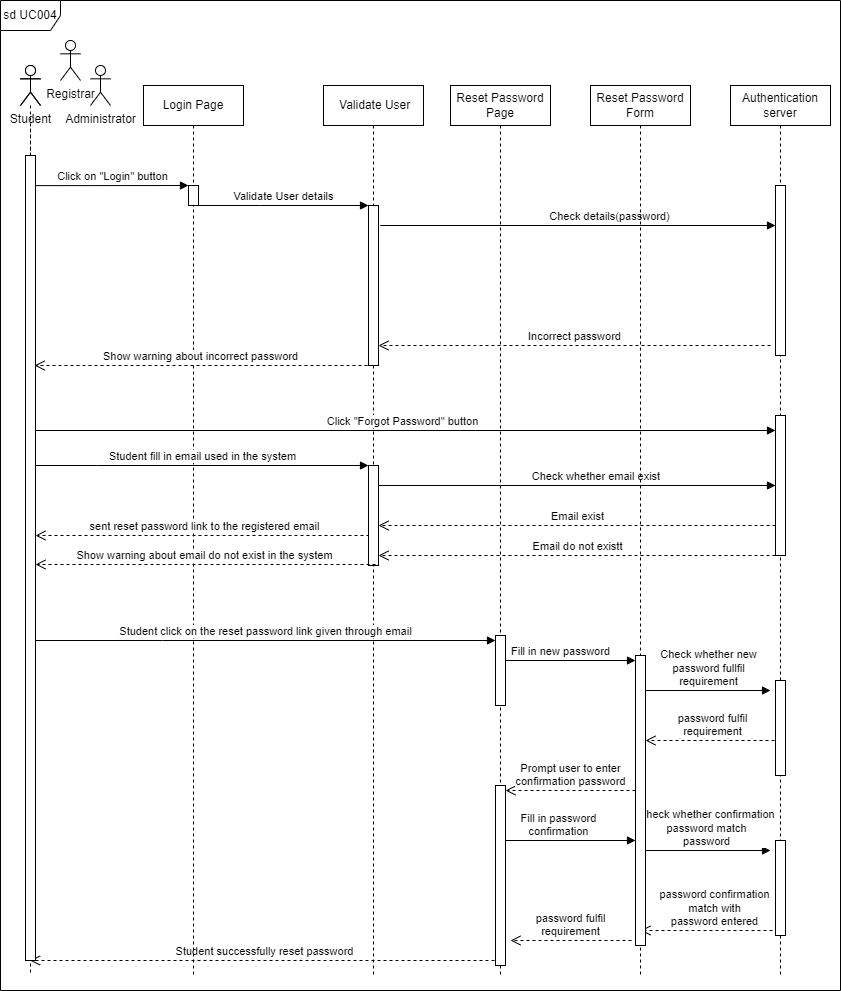
Before: project/drawio/Alpha/SDResetPassword.drawio.png, a diagram exported from draw.io (drshahizan/software-engineering). Source tidied: cells renumbered, new cells last; positions are measured from the earlier drawing's top-left corner, leaving out a move shared by most shapes.
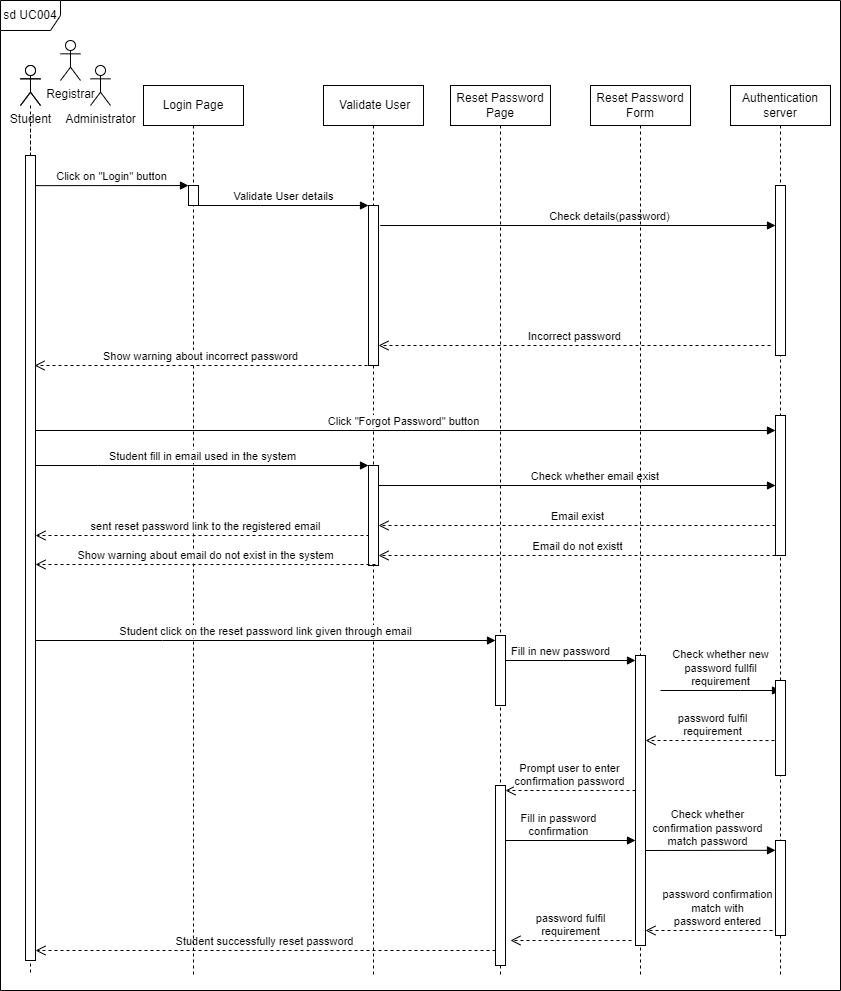
After the commit.

What changed in the source:
```diff
@@ -2,9 +2,8 @@
   <root>
     <mxCell id="0" />
     <mxCell id="1" parent="0" />
-    <mxCell id="2" value="&lt;br&gt;password confirmation &lt;br&gt;match with &lt;br&gt;password entered" style="html=1;verticalAlign=bottom;endArrow=open;dashed=1;endSize=8;edgeStyle=elbowEdgeStyle;elbow=vertical;curved=0;rounded=0;exitX=0.5;exitY=0.842;exitDx=0;exitDy=0;exitPerimeter=0;" parent="1" edge="1" source="27">
+    <mxCell id="2" value="&lt;br&gt;password confirmation &lt;br&gt;match with &lt;br&gt;password entered" style="html=1;verticalAlign=bottom;endArrow=open;dashed=1;endSize=8;edgeStyle=elbowEdgeStyle;elbow=vertical;curved=0;rounded=0;exitX=0.5;exitY=0.842;exitDx=0;exitDy=0;exitPerimeter=0;" parent="1" edge="1" source="27" target="41">
       <mxGeometry x="0.01" relative="1" as="geometry">
-        <mxPoint x="640" y="930.2" as="targetPoint" />
         <Array as="points">
           <mxPoint x="715" y="930" />
           <mxPoint x="758" y="960" />
@@ -17,22 +16,23 @@
         </Array>
       </mxGeometry>
     </mxCell>
-    <mxCell id="3" value="Student successfully reset password" style="html=1;verticalAlign=bottom;endArrow=open;dashed=1;endSize=8;edgeStyle=elbowEdgeStyle;elbow=vertical;curved=0;rounded=0;" parent="1" edge="1" target="12">
+    <mxCell id="3" value="Student successfully reset password" style="html=1;verticalAlign=bottom;endArrow=open;dashed=1;endSize=8;edgeStyle=elbowEdgeStyle;elbow=vertical;curved=0;rounded=0;" parent="1" edge="1">
       <mxGeometry x="0.01" relative="1" as="geometry">
-        <mxPoint x="500" y="960" as="sourcePoint" />
+        <mxPoint x="495" y="950" as="sourcePoint" />
+        <mxPoint x="35" y="950" as="targetPoint" />
         <Array as="points">
-          <mxPoint x="500" y="960" />
-          <mxPoint x="543" y="970" />
-          <mxPoint x="613" y="940" />
-          <mxPoint x="410" y="889.5" />
-          <mxPoint x="540" y="949.5" />
-          <mxPoint x="465" y="969.5" />
-          <mxPoint x="455" y="899.5" />
-          <mxPoint x="488" y="849.5" />
+          <mxPoint x="495" y="950" />
+          <mxPoint x="538" y="960" />
+          <mxPoint x="608" y="930" />
+          <mxPoint x="405" y="879.5" />
+          <mxPoint x="535" y="939.5" />
+          <mxPoint x="460" y="959.5" />
+          <mxPoint x="450" y="889.5" />
+          <mxPoint x="483" y="839.5" />
         </Array>
       </mxGeometry>
     </mxCell>
-    <mxCell id="4" value="Check whether confirmation&lt;br&gt;password match&lt;br&gt;password" style="html=1;verticalAlign=bottom;endArrow=block;edgeStyle=elbowEdgeStyle;elbow=vertical;curved=0;rounded=0;entryX=-0.5;entryY=0.1;entryDx=0;entryDy=0;entryPerimeter=0;" parent="1" edge="1" target="27">
+    <mxCell id="4" value="Check whether &lt;br&gt;confirmation password &lt;br&gt;match password" style="html=1;verticalAlign=bottom;endArrow=block;edgeStyle=elbowEdgeStyle;elbow=vertical;curved=0;rounded=0;" parent="1" edge="1" target="27">
       <mxGeometry relative="1" as="geometry">
         <mxPoint x="640" y="850" as="sourcePoint" />
       </mxGeometry>
@@ -60,9 +60,13 @@
         </Array>
       </mxGeometry>
     </mxCell>
-    <mxCell id="7" value="Check whether new&lt;br&gt;password fullfil &lt;br&gt;requirement" style="html=1;verticalAlign=bottom;endArrow=block;edgeStyle=elbowEdgeStyle;elbow=vertical;curved=0;rounded=0;" parent="1" edge="1" source="41">
+    <mxCell id="7" value="Check whether new&lt;br&gt;password fullfil &lt;br&gt;requirement" style="html=1;verticalAlign=bottom;endArrow=block;edgeStyle=elbowEdgeStyle;elbow=vertical;curved=0;rounded=0;" parent="1" edge="1">
       <mxGeometry relative="1" as="geometry">
-        <mxPoint x="770" y="690" as="targetPoint" />
+        <mxPoint x="660" y="690" as="sourcePoint" />
+        <mxPoint x="780" y="690" as="targetPoint" />
+        <Array as="points">
+          <mxPoint x="740" y="690" />
+        </Array>
       </mxGeometry>
     </mxCell>
     <mxCell id="8" value="Fill in new password" style="html=1;verticalAlign=bottom;endArrow=block;edgeStyle=elbowEdgeStyle;elbow=vertical;curved=0;rounded=0;exitX=0.5;exitY=0.127;exitDx=0;exitDy=0;exitPerimeter=0;" parent="1" edge="1" source="10" target="41">
```
